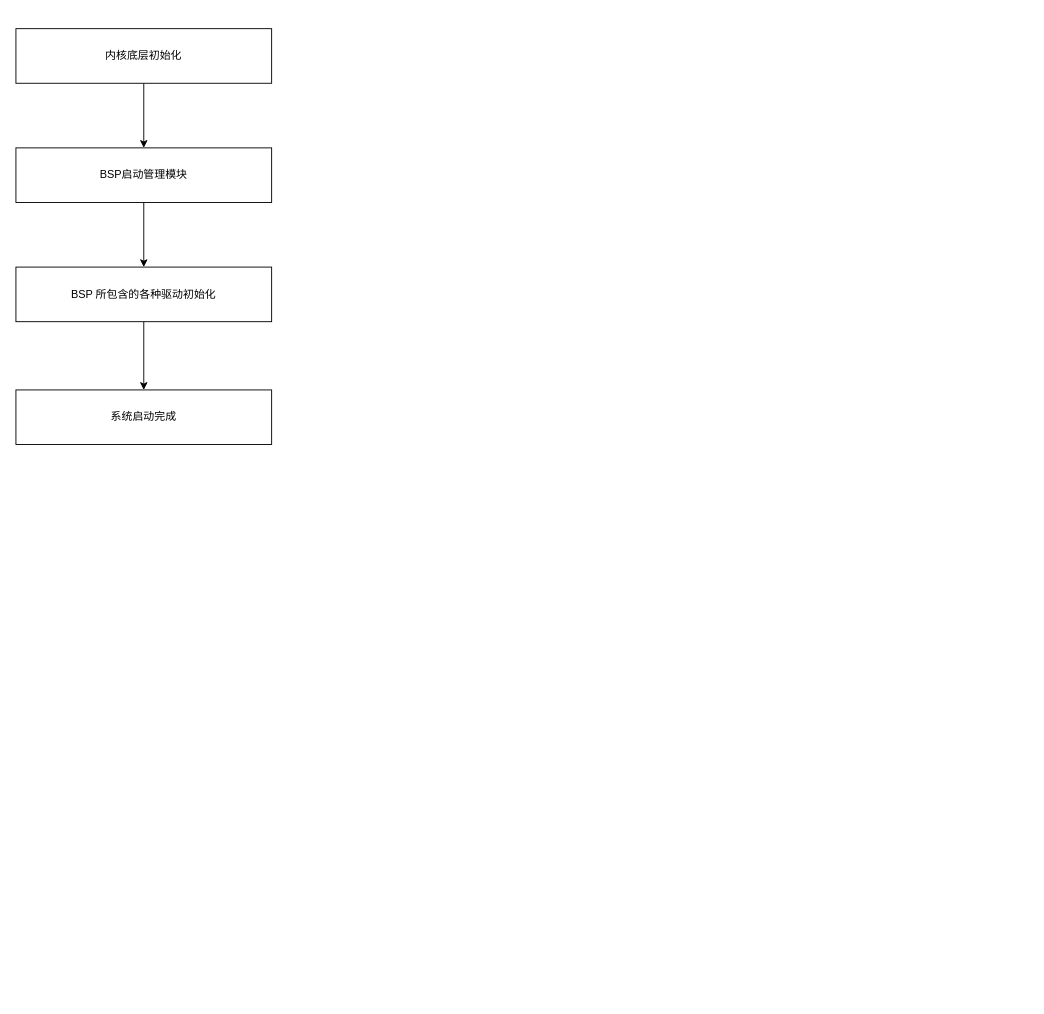
Above: BSP启动障碍项.drawio in chiti-liu/linux_study (draw.io), before the change. Source tidied: cells renumbered, new cells numbered last; positions are measured from the earlier drawing's top-left corner, leaving out a move shared by most shapes. Both pictures are drawn from the tidied source at 91%, with x=0, y=0 at pixel (15, 28).
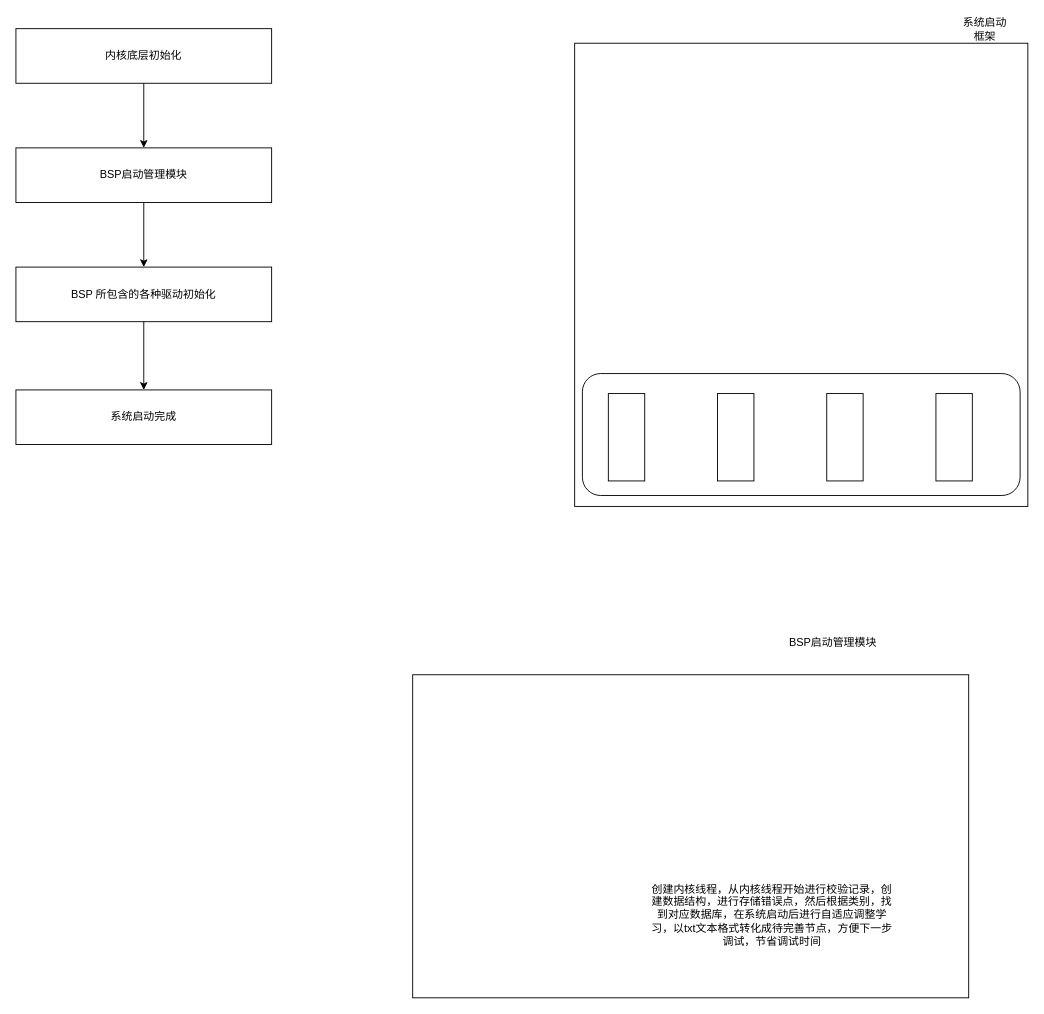
After the change.

Commit message:
更新BSP启动障碍项.drawio

The edit, as a diff of the source:
```diff
@@
 <mxGraphModel>
   <root>
     <mxCell id="0" />
     <mxCell id="1" parent="0" />
     <mxCell id="2" style="edgeStyle=orthogonalEdgeStyle;rounded=0;jettySize=auto;html=1;" parent="1" edge="1" source="3" target="7">
       <mxGeometry relative="1" as="geometry" />
     </mxCell>
     <mxCell id="3" value="BSP启动管理模块" style="rounded=0;whiteSpace=wrap;html=1;" parent="1" vertex="1">
       <mxGeometry y="131" width="281" height="60" as="geometry" />
     </mxCell>
     <mxCell id="4" style="edgeStyle=orthogonalEdgeStyle;rounded=0;jettySize=auto;html=1;" parent="1" edge="1" source="5" target="3">
       <mxGeometry relative="1" as="geometry" />
     </mxCell>
     <mxCell id="5" value="内核底层初始化" style="rounded=0;whiteSpace=wrap;html=1;" parent="1" vertex="1">
       <mxGeometry width="281" height="60" as="geometry" />
     </mxCell>
     <mxCell id="6" style="edgeStyle=orthogonalEdgeStyle;rounded=0;jettySize=auto;html=1;" parent="1" edge="1" source="7" target="8">
       <mxGeometry relative="1" as="geometry" />
     </mxCell>
     <mxCell id="7" value="BSP 所包含的各种驱动初始化" style="rounded=0;whiteSpace=wrap;html=1;" parent="1" vertex="1">
       <mxGeometry y="262" width="281" height="60" as="geometry" />
     </mxCell>
     <mxCell id="8" value="系统启动完成" style="rounded=0;whiteSpace=wrap;html=1;" parent="1" vertex="1">
       <mxGeometry y="397" width="281" height="60" as="geometry" />
     </mxCell>
+    <mxCell id="9" style="rounded=0;whiteSpace=wrap;html=1;" parent="1" vertex="1">
+      <mxGeometry x="614" y="16" width="498" height="509" as="geometry" />
+    </mxCell>
+    <mxCell id="10" value="系统启动框架" style="text;html=1;align=center;verticalAlign=middle;whiteSpace=wrap;rounded=0;" parent="1" vertex="1">
+      <mxGeometry x="1035" y="-14" width="60" height="30" as="geometry" />
+    </mxCell>
+    <mxCell id="11" style="rounded=1;whiteSpace=wrap;html=1;" parent="1" vertex="1">
+      <mxGeometry x="622.5" y="379" width="481" height="134" as="geometry" />
+    </mxCell>
+    <mxCell id="12" style="rounded=0;whiteSpace=wrap;html=1;" parent="1" vertex="1">
+      <mxGeometry x="651" y="401" width="40" height="96" as="geometry" />
+    </mxCell>
+    <mxCell id="13" style="rounded=0;whiteSpace=wrap;html=1;" parent="1" vertex="1">
+      <mxGeometry x="771" y="401" width="40" height="96" as="geometry" />
+    </mxCell>
+    <mxCell id="14" style="rounded=0;whiteSpace=wrap;html=1;" parent="1" vertex="1">
+      <mxGeometry x="891" y="401" width="40" height="96" as="geometry" />
+    </mxCell>
+    <mxCell id="15" style="rounded=0;whiteSpace=wrap;html=1;" parent="1" vertex="1">
+      <mxGeometry x="1011" y="401" width="40" height="96" as="geometry" />
+    </mxCell>
+    <mxCell id="16" style="rounded=0;whiteSpace=wrap;html=1;" parent="1" vertex="1">
+      <mxGeometry x="436" y="710" width="611" height="355" as="geometry" />
+    </mxCell>
+    <mxCell id="17" value="BSP启动管理模块" style="text;html=1;align=center;verticalAlign=middle;whiteSpace=wrap;rounded=0;" parent="1" vertex="1">
+      <mxGeometry x="813" y="654" width="170" height="42" as="geometry" />
+    </mxCell>
+    <mxCell id="18" value="创建内核线程，从内核线程开始进行校验记录，创建数据结构，进行存储错误点，然后根据类别，找到对应数据库，在系统启动后进行自适应调整学习，以txt文本格式转化成待完善节点，方便下一步调试，节省调试时间" style="text;html=1;align=center;verticalAlign=middle;whiteSpace=wrap;rounded=0;" parent="1" vertex="1">
+      <mxGeometry x="696" y="933" width="270" height="82" as="geometry" />
+    </mxCell>
   </root>
 </mxGraphModel>
```
